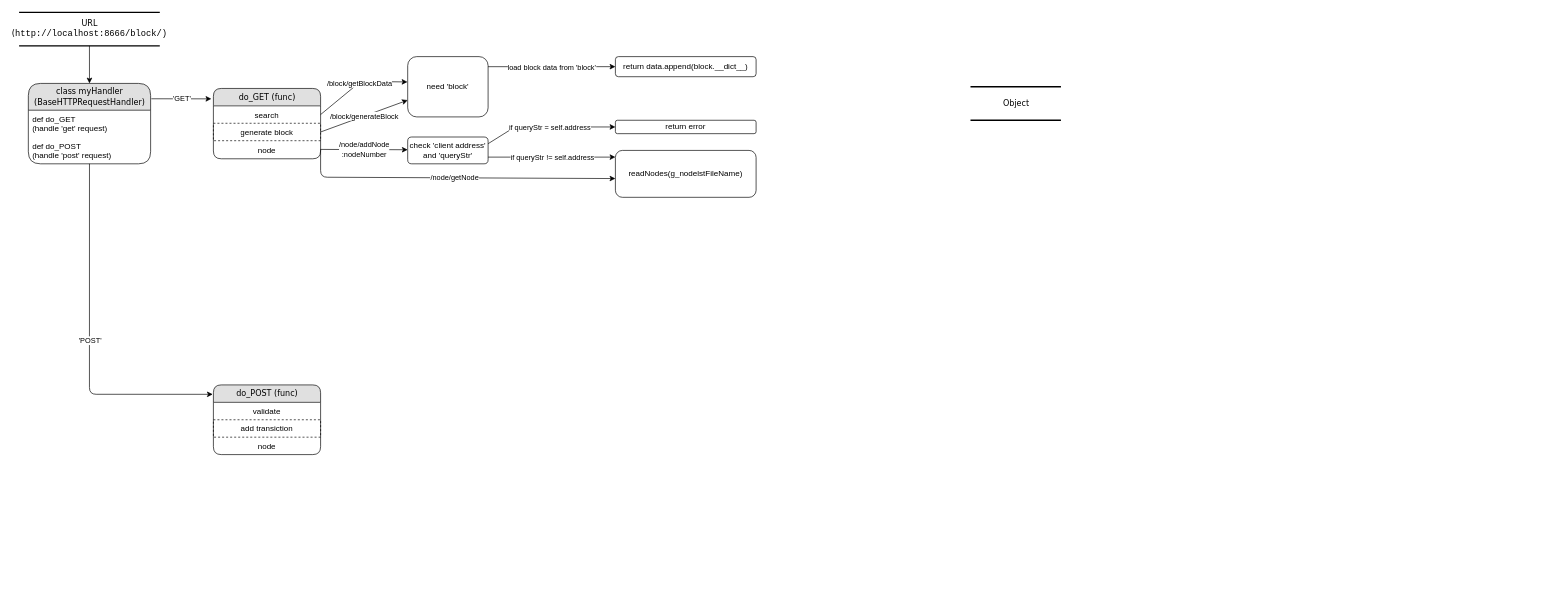
Above: blockchain/blockchain.drawio in EST-94/python (draw.io), before the change. Source tidied: cells renumbered, new cells numbered last; positions are measured from the earlier drawing's top-left corner, leaving out a move shared by most shapes. Both pictures are drawn from the tidied source at 67%, with x=0, y=0 at pixel (19, 12).
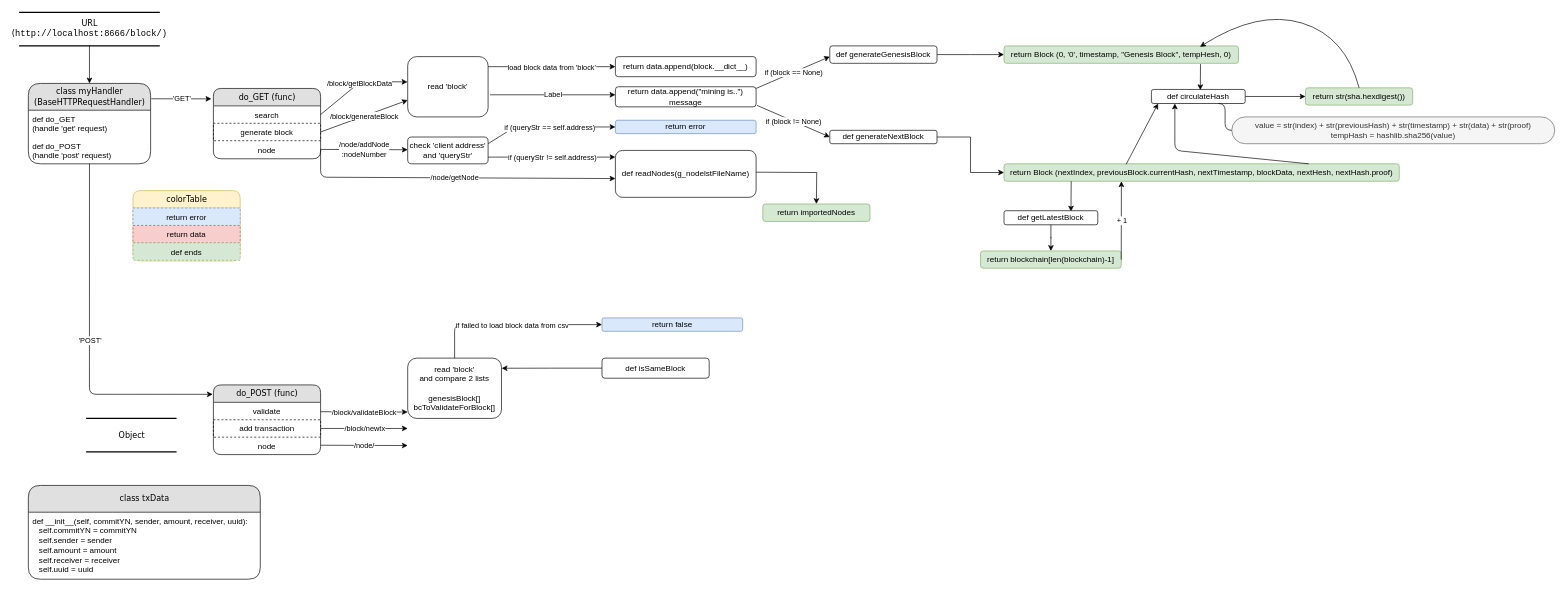
Above is the later version.

Unchanged cells that the change refers to:
```xml
<mxCell id="10" value="do_POST (func)" style="swimlane;html=1;fontStyle=0;horizontal=1;startSize=26;fillColor=#e0e0e0;swimlaneFillColor=#ffffff;align=center;rounded=1;shadow=0;comic=0;labelBackgroundColor=none;strokeWidth=1;fontFamily=Verdana;fontSize=12;" parent="1" vertex="1">
  <mxGeometry x="290" y="556" width="160" height="104" as="geometry" />
</mxCell>
<mxCell id="33" style="endArrow=classic;html=1;entryX=0;entryY=0.5;entryDx=0;entryDy=0;" parent="1" edge="1" target="37">
  <mxGeometry relative="1" as="geometry">
    <mxPoint x="700" y="196" as="sourcePoint" />
    <Array as="points">
      <mxPoint x="740" y="171" />
    </Array>
  </mxGeometry>
</mxCell>
<mxCell id="35" style="endArrow=classic;html=1;" parent="1" edge="1">
  <mxGeometry relative="1" as="geometry">
    <mxPoint x="700" y="216" as="sourcePoint" />
    <mxPoint x="890" y="216" as="targetPoint" />
  </mxGeometry>
</mxCell>
```

Diff of the diagram source:
```diff
@@
-    <mxCell id="12" value="add transiction" style="text;html=1;fillColor=none;spacingLeft=4;spacingRight=4;whiteSpace=wrap;overflow=hidden;points=[[0,0.5],[1,0.5]];portConstraint=eastwest;strokeColor=#000000;dashed=1;align=center;" parent="10" vertex="1">
+    <mxCell id="12" value="add transaction" style="text;html=1;fillColor=none;spacingLeft=4;spacingRight=4;whiteSpace=wrap;overflow=hidden;points=[[0,0.5],[1,0.5]];portConstraint=eastwest;strokeColor=#000000;dashed=1;align=center;" parent="10" vertex="1">
       <mxGeometry y="52" width="160" height="26" as="geometry" />
     </mxCell>
@@
     <mxCell id="14" value="Object" style="html=1;rounded=0;shadow=0;comic=0;labelBackgroundColor=none;strokeWidth=2;fontFamily=Verdana;fontSize=12;align=center;shape=mxgraph.ios7ui.horLines;" parent="1" vertex="1">
-      <mxGeometry x="1420" y="111" width="135" height="50" as="geometry" />
+      <mxGeometry x="100" y="606" width="135" height="50" as="geometry" />
     </mxCell>
@@
-    <mxCell id="25" value="need 'block'" style="rounded=1;whiteSpace=wrap;html=1;shadow=0;strokeColor=#000000;strokeWidth=1;align=center;" parent="1" vertex="1">
+    <mxCell id="25" value="read 'block'" style="rounded=1;whiteSpace=wrap;html=1;shadow=0;strokeColor=#000000;strokeWidth=1;align=center;" parent="1" vertex="1">
       <mxGeometry x="580" y="66" width="120" height="90" as="geometry" />
     </mxCell>
@@
-    <mxCell id="34" value="if queryStr = self.address" style="edgeLabel;html=1;align=center;verticalAlign=middle;" parent="33" vertex="1">
+    <mxCell id="34" value="if (queryStr == self.address)" style="edgeLabel;html=1;align=center;verticalAlign=middle;" parent="33" vertex="1">
       <mxGeometry relative="1" as="geometry" />
     </mxCell>
@@
-    <mxCell id="36" value="if queryStr != self.address" style="edgeLabel;html=1;align=center;verticalAlign=middle;" parent="35" vertex="1">
+    <mxCell id="36" value="if (queryStr != self.address)" style="edgeLabel;html=1;align=center;verticalAlign=middle;" parent="35" vertex="1">
       <mxGeometry relative="1" as="geometry" />
     </mxCell>
-    <mxCell id="37" value="return error" style="rounded=1;whiteSpace=wrap;html=1;" parent="1" vertex="1">
+    <mxCell id="37" value="return error" style="rounded=1;whiteSpace=wrap;html=1;fillColor=#dae8fc;strokeColor=#6c8ebf;" parent="1" vertex="1">
       <mxGeometry x="890" y="161" width="210" height="20" as="geometry" />
     </mxCell>
-    <mxCell id="38" value="readNodes(g_nodelstFileName)" style="rounded=1;whiteSpace=wrap;html=1;" parent="1" vertex="1">
+    <mxCell id="38" value="def readNodes(g_nodelstFileName)" style="rounded=1;whiteSpace=wrap;html=1;" parent="1" vertex="1">
       <mxGeometry x="890" y="206" width="210" height="70" as="geometry" />
     </mxCell>
+    <mxCell id="39" style="endArrow=classic;html=1;exitX=1.025;exitY=0.633;exitDx=0;exitDy=0;exitPerimeter=0;" parent="1" edge="1" source="25">
+      <mxGeometry relative="1" as="geometry">
+        <mxPoint x="890" y="123" as="targetPoint" />
+      </mxGeometry>
+    </mxCell>
+    <mxCell id="40" value="Label" style="edgeLabel;html=1;align=center;verticalAlign=middle;" parent="39" vertex="1">
+      <mxGeometry relative="1" as="geometry" />
+    </mxCell>
+    <mxCell id="41" value="return data.append(&quot;mining is..&quot;) message" style="rounded=1;whiteSpace=wrap;html=1;shadow=0;strokeColor=#000000;strokeWidth=1;align=center;" parent="1" vertex="1">
+      <mxGeometry x="890" y="111" width="210" height="30" as="geometry" />
+    </mxCell>
+    <mxCell id="42" style="endArrow=classic;html=1;" parent="1" edge="1">
+      <mxGeometry relative="1" as="geometry">
+        <mxPoint x="1100" y="113.5" as="sourcePoint" />
+        <mxPoint x="1210" y="66" as="targetPoint" />
+      </mxGeometry>
+    </mxCell>
+    <mxCell id="43" value="if (block == None)" style="edgeLabel;html=1;align=center;verticalAlign=middle;" parent="42" vertex="1">
+      <mxGeometry relative="1" as="geometry" />
+    </mxCell>
+    <mxCell id="44" style="endArrow=classic;html=1;exitX=1.007;exitY=0.927;exitDx=0;exitDy=0;exitPerimeter=0;" parent="1" edge="1" source="41">
+      <mxGeometry relative="1" as="geometry">
+        <mxPoint x="1210" y="186" as="targetPoint" />
+      </mxGeometry>
+    </mxCell>
+    <mxCell id="45" value="if (block != None)" style="edgeLabel;html=1;align=center;verticalAlign=middle;" parent="44" vertex="1">
+      <mxGeometry relative="1" as="geometry" />
+    </mxCell>
+    <mxCell id="46" style="edgeStyle=orthogonalEdgeStyle;rounded=0;jettySize=auto;html=1;" parent="1" edge="1" source="47">
+      <mxGeometry relative="1" as="geometry">
+        <mxPoint x="1470" y="63" as="targetPoint" />
+      </mxGeometry>
+    </mxCell>
+    <mxCell id="47" value="def generateGenesisBlock" style="rounded=1;whiteSpace=wrap;html=1;" parent="1" vertex="1">
+      <mxGeometry x="1210" y="50" width="160" height="26" as="geometry" />
+    </mxCell>
+    <mxCell id="48" value="def generateNextBlock" style="rounded=1;whiteSpace=wrap;html=1;" parent="1" vertex="1">
+      <mxGeometry x="1210" y="176" width="160" height="20" as="geometry" />
+    </mxCell>
+    <mxCell id="49" value="colorTable" style="swimlane;html=1;fontStyle=0;horizontal=1;startSize=26;fillColor=#fff2cc;swimlaneFillColor=#ffffff;align=center;rounded=1;shadow=0;comic=0;labelBackgroundColor=none;strokeWidth=1;fontFamily=Verdana;fontSize=12;strokeColor=#d6b656;" parent="1" vertex="1">
+      <mxGeometry x="170" y="266" width="160" height="105" as="geometry" />
+    </mxCell>
+    <mxCell id="50" value="return error" style="text;html=1;fillColor=#dae8fc;spacingLeft=4;spacingRight=4;whiteSpace=wrap;overflow=hidden;strokeWidth=1;shadow=0;dashed=1;align=center;strokeColor=#6c8ebf;" parent="49" vertex="1">
+      <mxGeometry y="26" width="160" height="26" as="geometry" />
+    </mxCell>
+    <mxCell id="51" value="return data" style="text;html=1;fillColor=#f8cecc;spacingLeft=4;spacingRight=4;whiteSpace=wrap;overflow=hidden;strokeColor=#b85450;dashed=1;align=center;" parent="49" vertex="1">
+      <mxGeometry y="52" width="160" height="26" as="geometry" />
+    </mxCell>
+    <mxCell id="52" value="def ends" style="text;html=1;fillColor=#d5e8d4;spacingLeft=4;spacingRight=4;whiteSpace=wrap;overflow=hidden;dashed=1;align=center;strokeColor=#82b366;" parent="49" vertex="1">
+      <mxGeometry y="78" width="160" height="26" as="geometry" />
+    </mxCell>
+    <mxCell id="53" style="edgeStyle=orthogonalEdgeStyle;rounded=0;jettySize=auto;html=1;" parent="1" edge="1" source="54" target="57">
+      <mxGeometry relative="1" as="geometry" />
+    </mxCell>
+    <mxCell id="54" value="def circulateHash" style="rounded=1;whiteSpace=wrap;html=1;" parent="1" vertex="1">
+      <mxGeometry x="1690" y="115" width="140" height="21" as="geometry" />
+    </mxCell>
+    <mxCell id="55" value="return Block (0, '0', timestamp, &quot;Genesis Block&quot;, tempHesh, 0)" style="rounded=1;whiteSpace=wrap;html=1;fillColor=#d5e8d4;strokeColor=#82b366;" parent="1" vertex="1">
+      <mxGeometry x="1470" y="50" width="350" height="26" as="geometry" />
+    </mxCell>
+    <mxCell id="56" style="endArrow=classic;html=1;exitX=0.838;exitY=1.045;exitDx=0;exitDy=0;exitPerimeter=0;" parent="1" edge="1" source="55">
+      <mxGeometry relative="1" as="geometry">
+        <mxPoint x="1763" y="116" as="targetPoint" />
+      </mxGeometry>
+    </mxCell>
+    <mxCell id="57" value="return str(sha.hexdigest())" style="whiteSpace=wrap;html=1;rounded=1;fillColor=#d5e8d4;strokeColor=#82b366;" parent="1" vertex="1">
+      <mxGeometry x="1920" y="112.6" width="160" height="25.8" as="geometry" />
+    </mxCell>
+    <mxCell id="58" style="curved=1;endArrow=classic;html=1;entryX=0.836;entryY=0.051;entryDx=0;entryDy=0;entryPerimeter=0;exitX=0.5;exitY=0;exitDx=0;exitDy=0;" parent="1" edge="1" source="57" target="55">
+      <mxGeometry relative="1" as="geometry">
+        <Array as="points">
+          <mxPoint x="1980" y="36" />
+          <mxPoint x="1850" y="-4" />
+        </Array>
+      </mxGeometry>
+    </mxCell>
+    <mxCell id="59" value="value = str(index) + str(previousHash) + str(timestamp) + str(data) + str(proof)&lt;br&gt;tempHash = hashlib.sha256(value)" style="whiteSpace=wrap;html=1;rounded=1;arcSize=50;align=center;verticalAlign=middle;strokeWidth=1;spacing=4;newEdgeStyle={&quot;edgeStyle&quot;:&quot;entityRelationEdgeStyle&quot;,&quot;startArrow&quot;:&quot;none&quot;,&quot;endArrow&quot;:&quot;none&quot;,&quot;segment&quot;:10,&quot;curved&quot;:1};fillColor=#f5f5f5;strokeColor=#666666;fontColor=#333333;" parent="1" vertex="1">
+      <mxGeometry x="1810" y="156" width="482" height="40" as="geometry" />
+    </mxCell>
+    <mxCell id="60" style="edgeStyle=entityRelationEdgeStyle;startArrow=none;endArrow=none;segment=10;curved=1;exitX=0.5;exitY=1;exitDx=0;exitDy=0;" parent="1" edge="1" target="59">
+      <mxGeometry relative="1" as="geometry">
+        <mxPoint x="1790" y="136" as="sourcePoint" />
+      </mxGeometry>
+    </mxCell>
+    <mxCell id="61" value="return Block (nextIndex, previousBlock.currentHash, nextTimestamp, blockData, nextHesh, nextHash.proof)" style="rounded=1;whiteSpace=wrap;html=1;fillColor=#d5e8d4;strokeColor=#82b366;" parent="1" vertex="1">
+      <mxGeometry x="1470" y="226" width="590" height="26" as="geometry" />
+    </mxCell>
+    <mxCell id="62" style="edgeStyle=orthogonalEdgeStyle;rounded=0;jettySize=auto;html=1;exitX=1;exitY=0.5;exitDx=0;exitDy=0;entryX=0;entryY=0.5;entryDx=0;entryDy=0;" parent="1" edge="1" source="48" target="61">
+      <mxGeometry relative="1" as="geometry">
+        <Array as="points">
+          <mxPoint x="1420" y="186" />
+          <mxPoint x="1420" y="239" />
+        </Array>
+      </mxGeometry>
+    </mxCell>
+    <mxCell id="63" style="endArrow=classic;html=1;exitX=0.838;exitY=1.045;exitDx=0;exitDy=0;exitPerimeter=0;entryX=0.714;entryY=0.056;entryDx=0;entryDy=0;entryPerimeter=0;" parent="1" edge="1" target="64">
+      <mxGeometry relative="1" as="geometry">
+        <mxPoint x="1570.3" y="252" as="sourcePoint" />
+      </mxGeometry>
+    </mxCell>
+    <mxCell id="64" value="def getLatestBlock" style="rounded=1;whiteSpace=wrap;html=1;" parent="1" vertex="1">
+      <mxGeometry x="1470" y="296" width="140" height="21" as="geometry" />
+    </mxCell>
+    <mxCell id="65" style="edgeStyle=orthogonalEdgeStyle;rounded=0;jettySize=auto;html=1;exitX=0.5;exitY=1;exitDx=0;exitDy=0;" parent="1" edge="1" source="64" target="66">
+      <mxGeometry relative="1" as="geometry" />
+    </mxCell>
+    <mxCell id="66" value="return blockchain[len(blockchain)-1]" style="whiteSpace=wrap;html=1;rounded=1;fillColor=#d5e8d4;strokeColor=#82b366;" parent="1" vertex="1">
+      <mxGeometry x="1435" y="356" width="210" height="25.8" as="geometry" />
+    </mxCell>
+    <mxCell id="67" style="endArrow=classic;html=1;entryX=0.297;entryY=1.006;entryDx=0;entryDy=0;entryPerimeter=0;exitX=1;exitY=0.5;exitDx=0;exitDy=0;" parent="1" edge="1" source="66" target="61">
+      <mxGeometry relative="1" as="geometry" />
+    </mxCell>
+    <mxCell id="68" value="+ 1" style="edgeLabel;html=1;align=center;verticalAlign=middle;" parent="67" vertex="1">
+      <mxGeometry relative="1" as="geometry" />
+    </mxCell>
+    <mxCell id="69" style="endArrow=classic;html=1;exitX=0.309;exitY=0.027;exitDx=0;exitDy=0;exitPerimeter=0;" parent="1" edge="1" source="61">
+      <mxGeometry relative="1" as="geometry">
+        <mxPoint x="1700" y="136" as="targetPoint" />
+      </mxGeometry>
+    </mxCell>
+    <mxCell id="70" style="endArrow=classic;html=1;entryX=0.25;entryY=1;entryDx=0;entryDy=0;" parent="1" edge="1" target="54">
+      <mxGeometry relative="1" as="geometry">
+        <mxPoint x="1925" y="226" as="sourcePoint" />
+        <Array as="points">
+          <mxPoint x="1725" y="206" />
+        </Array>
+      </mxGeometry>
+    </mxCell>
+    <mxCell id="71" value="class txData" style="swimlane;html=1;fontStyle=0;horizontal=1;startSize=40;fillColor=#e0e0e0;swimlaneFillColor=#ffffff;align=center;rounded=1;shadow=0;comic=0;labelBackgroundColor=none;strokeWidth=1;fontFamily=Verdana;fontSize=12;" parent="1" vertex="1">
+      <mxGeometry x="13.8" y="706" width="346.2" height="140" as="geometry" />
+    </mxCell>
+    <mxCell id="72" value="def __init__(self, commitYN, sender, amount, receiver, uuid):&lt;br&gt;&amp;nbsp; &amp;nbsp;self.commitYN = commitYN&lt;br&gt;&amp;nbsp; &amp;nbsp;self.sender = sender&lt;br&gt;&amp;nbsp; &amp;nbsp;self.amount = amount&lt;br&gt;&amp;nbsp; &amp;nbsp;self.receiver = receiver&lt;br&gt;&amp;nbsp; &amp;nbsp;self.uuid = uuid" style="text;html=1;strokeColor=none;fillColor=none;spacingLeft=4;spacingRight=4;whiteSpace=wrap;overflow=hidden;" parent="71" vertex="1">
+      <mxGeometry y="40" width="346.2" height="100" as="geometry" />
+    </mxCell>
+    <mxCell id="73" style="edgeStyle=orthogonalEdgeStyle;rounded=0;orthogonalLoop=1;jettySize=auto;html=1;" parent="1" edge="1">
+      <mxGeometry relative="1" as="geometry">
+        <mxPoint x="1100" y="238.5" as="sourcePoint" />
+        <mxPoint x="1190" y="286" as="targetPoint" />
+      </mxGeometry>
+    </mxCell>
+    <mxCell id="74" value="return importedNodes" style="rounded=1;whiteSpace=wrap;html=1;fillColor=#d5e8d4;strokeColor=#82b366;" parent="1" vertex="1">
+      <mxGeometry x="1110" y="286" width="160" height="26" as="geometry" />
+    </mxCell>
+    <mxCell id="75" style="endArrow=classic;html=1;exitX=1;exitY=0.5;exitDx=0;exitDy=0;" parent="1" edge="1">
+      <mxGeometry relative="1" as="geometry">
+        <mxPoint x="450" y="596" as="sourcePoint" />
+        <mxPoint x="580" y="596.5" as="targetPoint" />
+      </mxGeometry>
+    </mxCell>
+    <mxCell id="76" value="/block/validateBlock" style="edgeLabel;html=1;align=center;verticalAlign=middle;" parent="75" vertex="1">
+      <mxGeometry relative="1" as="geometry" />
+    </mxCell>
+    <mxCell id="77" style="endArrow=classic;html=1;exitX=1;exitY=0.5;exitDx=0;exitDy=0;" parent="1" edge="1" source="12">
+      <mxGeometry relative="1" as="geometry">
+        <mxPoint x="580" y="621" as="targetPoint" />
+      </mxGeometry>
+    </mxCell>
+    <mxCell id="78" value="/block/newtx" style="edgeLabel;html=1;align=center;verticalAlign=middle;" parent="77" vertex="1">
+      <mxGeometry relative="1" as="geometry" />
+    </mxCell>
+    <mxCell id="79" style="endArrow=classic;html=1;exitX=1;exitY=0.5;exitDx=0;exitDy=0;" parent="1" edge="1">
+      <mxGeometry relative="1" as="geometry">
+        <mxPoint x="450" y="646" as="sourcePoint" />
+        <mxPoint x="580" y="646.5" as="targetPoint" />
+      </mxGeometry>
+    </mxCell>
+    <mxCell id="80" value="/node/" style="edgeLabel;html=1;align=center;verticalAlign=middle;" parent="79" vertex="1">
+      <mxGeometry relative="1" as="geometry" />
+    </mxCell>
+    <mxCell id="81" value="read 'block'&lt;br&gt;and compare 2 lists&lt;br&gt;&lt;br&gt;genesisBlock[]&lt;br&gt;bcToValidateForBlock[]" style="rounded=1;whiteSpace=wrap;html=1;shadow=0;strokeColor=#000000;strokeWidth=1;align=center;" parent="1" vertex="1">
+      <mxGeometry x="580" y="516" width="140" height="90" as="geometry" />
+    </mxCell>
+    <mxCell id="82" style="endArrow=classic;html=1;" parent="1" edge="1" source="81">
+      <mxGeometry relative="1" as="geometry">
+        <mxPoint x="870" y="466" as="targetPoint" />
+        <Array as="points">
+          <mxPoint x="650" y="466" />
+        </Array>
+      </mxGeometry>
+    </mxCell>
+    <mxCell id="83" value="if failed to load block data from csv" style="edgeLabel;html=1;align=center;verticalAlign=middle;" parent="82" vertex="1">
+      <mxGeometry relative="1" as="geometry" />
+    </mxCell>
+    <mxCell id="84" value="return false" style="rounded=1;whiteSpace=wrap;html=1;fillColor=#dae8fc;strokeColor=#6c8ebf;" parent="1" vertex="1">
+      <mxGeometry x="870" y="456" width="210" height="20" as="geometry" />
+    </mxCell>
+    <mxCell id="85" style="edgeStyle=orthogonalEdgeStyle;rounded=0;jettySize=auto;html=1;entryX=1.002;entryY=0.168;entryDx=0;entryDy=0;entryPerimeter=0;" parent="1" edge="1" source="86" target="81">
+      <mxGeometry relative="1" as="geometry" />
+    </mxCell>
+    <mxCell id="86" value="def isSameBlock" style="rounded=1;whiteSpace=wrap;html=1;" parent="1" vertex="1">
+      <mxGeometry x="870" y="516" width="160" height="30" as="geometry" />
+    </mxCell>
```
